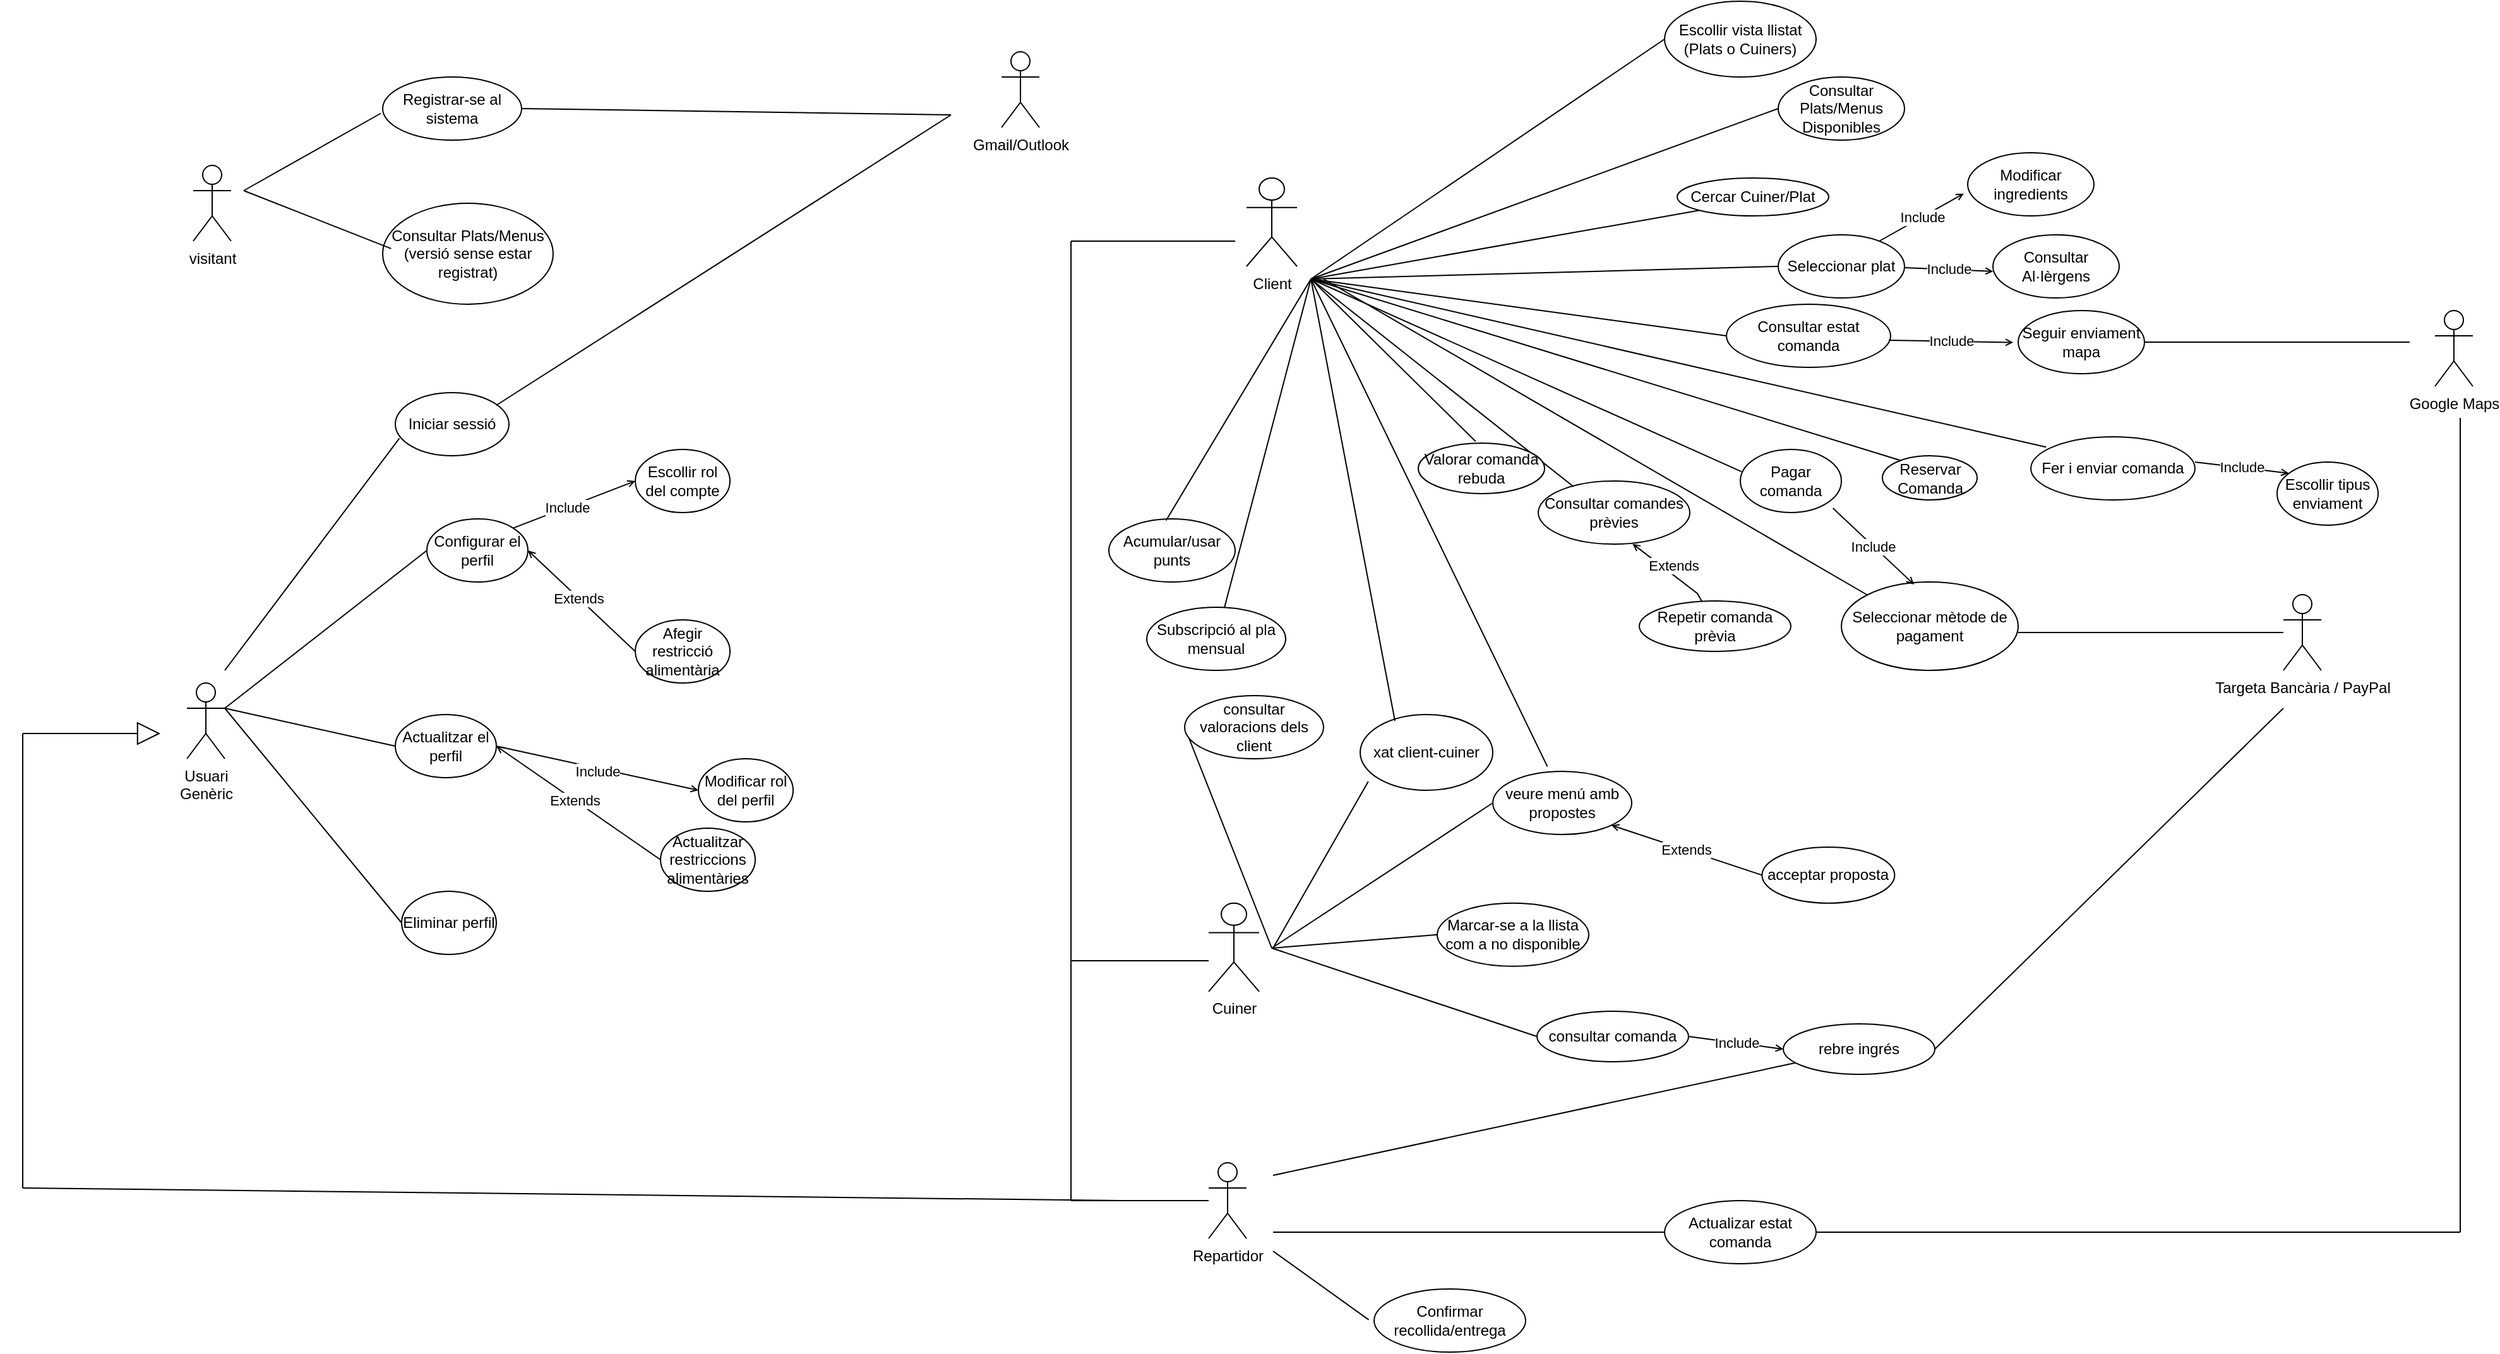
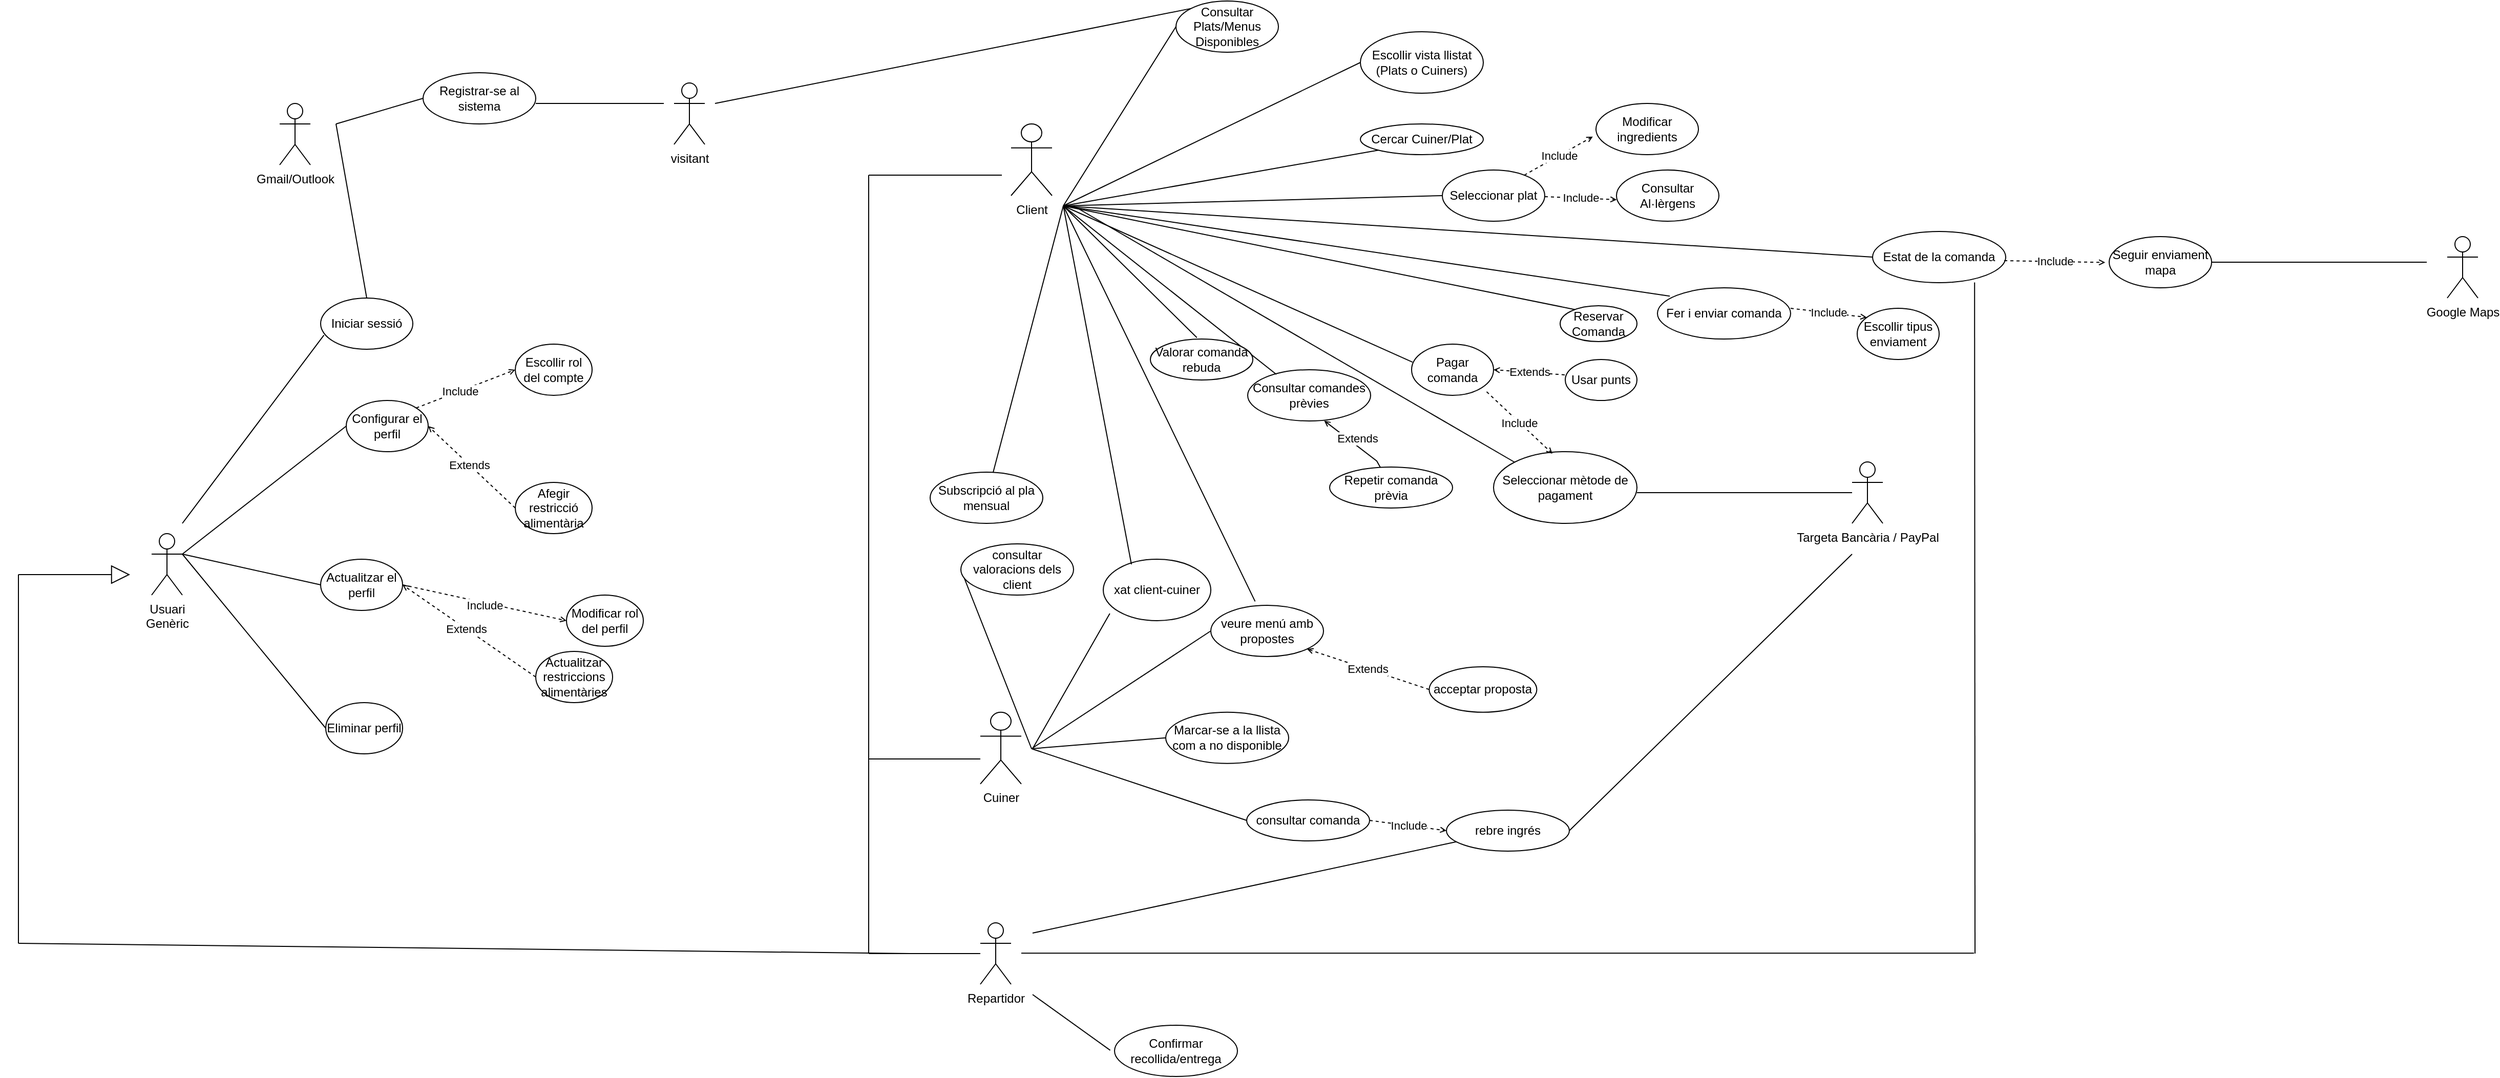
<mxfile host="Electron">
  <diagram name="Página-1" id="0Nidf0E8mdSC4pQg_gNM">
-     <mxGraphModel dx="2992" dy="1413" grid="1" gridSize="10" guides="1" tooltips="1" connect="1" arrows="1" fold="1" page="1" pageScale="1" pageWidth="827" pageHeight="1169" math="0" shadow="0">
+     <mxGraphModel dx="2747" dy="1247" grid="1" gridSize="10" guides="1" tooltips="1" connect="1" arrows="1" fold="1" page="1" pageScale="1" pageWidth="827" pageHeight="1169" math="0" shadow="0">
      <root>
        <mxCell id="0" />
        <mxCell id="1" parent="0" />
        <mxCell id="X34j-RmaQOBkDingt3nB-1" parent="1" style="shape=umlActor;verticalLabelPosition=bottom;verticalAlign=top;html=1;outlineConnect=0;direction=east;" value="visitant" vertex="1">
-           <mxGeometry height="60" width="30" x="35" y="140" as="geometry" />
+           <mxGeometry height="60" width="30" x="540" y="110" as="geometry" />
        </mxCell>
        <mxCell id="X34j-RmaQOBkDingt3nB-2" parent="1" style="ellipse;whiteSpace=wrap;html=1;" value="Registrar-se al sistema" vertex="1">
-           <mxGeometry height="50" width="110" x="185" y="70" as="geometry" />
-         </mxCell>
-         <mxCell id="X34j-RmaQOBkDingt3nB-3" parent="1" style="ellipse;whiteSpace=wrap;html=1;" value="Consultar Plats/Menus (versió sense estar registrat)" vertex="1">
-           <mxGeometry height="80" width="135" x="185" y="170" as="geometry" />
-         </mxCell>
-         <mxCell id="X34j-RmaQOBkDingt3nB-4" edge="1" parent="1" style="endArrow=none;html=1;rounded=0;entryX=-0.013;entryY=0.575;entryDx=0;entryDy=0;entryPerimeter=0;" target="X34j-RmaQOBkDingt3nB-2" value="">
-           <mxGeometry height="50" relative="1" width="50" as="geometry">
-             <mxPoint x="75" y="160" as="sourcePoint" />
-             <mxPoint x="125" y="110" as="targetPoint" />
-           </mxGeometry>
-         </mxCell>
-         <mxCell id="X34j-RmaQOBkDingt3nB-5" edge="1" parent="1" style="endArrow=none;html=1;rounded=0;entryX=0.05;entryY=0.449;entryDx=0;entryDy=0;entryPerimeter=0;" target="X34j-RmaQOBkDingt3nB-3" value="">
-           <mxGeometry height="50" relative="1" width="50" as="geometry">
-             <mxPoint x="75" y="160" as="sourcePoint" />
-             <mxPoint x="125" y="130" as="targetPoint" />
-           </mxGeometry>
+           <mxGeometry height="50" width="110" x="295" y="100" as="geometry" />
        </mxCell>
        <mxCell id="X34j-RmaQOBkDingt3nB-6" parent="1" style="shape=umlActor;verticalLabelPosition=bottom;verticalAlign=top;html=1;outlineConnect=0;" value="Gmail/Outlook" vertex="1">
-           <mxGeometry height="60" width="30" x="675" y="50" as="geometry" />
-         </mxCell>
-         <mxCell id="X34j-RmaQOBkDingt3nB-7" edge="1" parent="1" source="X34j-RmaQOBkDingt3nB-2" style="endArrow=none;html=1;rounded=0;exitX=1;exitY=0.5;exitDx=0;exitDy=0;" value="">
-           <mxGeometry height="50" relative="1" width="50" as="geometry">
-             <mxPoint x="295" y="100" as="sourcePoint" />
-             <mxPoint x="635" y="100" as="targetPoint" />
-           </mxGeometry>
+           <mxGeometry height="60" width="30" x="155" y="130" as="geometry" />
        </mxCell>
        <mxCell id="X34j-RmaQOBkDingt3nB-8" edge="1" parent="1" source="X34j-RmaQOBkDingt3nB-9" style="edgeStyle=none;shape=connector;rounded=0;orthogonalLoop=1;jettySize=auto;html=1;exitX=1;exitY=0.3333333333333333;exitDx=0;exitDy=0;entryX=0;entryY=0.5;entryDx=0;entryDy=0;strokeColor=default;align=center;verticalAlign=middle;fontFamily=Helvetica;fontSize=11;fontColor=default;labelBackgroundColor=default;endArrow=none;endFill=0;exitPerimeter=0;" target="X34j-RmaQOBkDingt3nB-18">
          <mxGeometry relative="1" as="geometry" />
        </mxCell>
        <mxCell id="X34j-RmaQOBkDingt3nB-9" parent="1" style="shape=umlActor;verticalLabelPosition=bottom;verticalAlign=top;html=1;outlineConnect=0;direction=east;" value="Usuari&lt;div&gt;Genèric&lt;/div&gt;" vertex="1">
          <mxGeometry height="60" width="30" x="30" y="550" as="geometry" />
        </mxCell>
-         <mxCell id="X34j-RmaQOBkDingt3nB-16" edge="1" parent="1" source="X34j-RmaQOBkDingt3nB-22" style="edgeStyle=none;shape=connector;rounded=0;orthogonalLoop=1;jettySize=auto;html=1;exitX=0;exitY=0.5;exitDx=0;exitDy=0;entryX=1;entryY=0.5;entryDx=0;entryDy=0;strokeColor=default;align=center;verticalAlign=middle;fontFamily=Helvetica;fontSize=11;fontColor=default;labelBackgroundColor=default;endArrow=open;endFill=0;endSize=4;" target="X34j-RmaQOBkDingt3nB-18">
+         <mxCell id="X34j-RmaQOBkDingt3nB-16" edge="1" parent="1" source="X34j-RmaQOBkDingt3nB-22" style="edgeStyle=none;shape=connector;rounded=0;orthogonalLoop=1;jettySize=auto;html=1;exitX=0;exitY=0.5;exitDx=0;exitDy=0;entryX=1;entryY=0.5;entryDx=0;entryDy=0;strokeColor=default;align=center;verticalAlign=middle;fontFamily=Helvetica;fontSize=11;fontColor=default;labelBackgroundColor=default;endArrow=open;endFill=0;endSize=4;dashed=1;" target="X34j-RmaQOBkDingt3nB-18">
          <mxGeometry relative="1" as="geometry" />
        </mxCell>
        <mxCell id="X34j-RmaQOBkDingt3nB-17" connectable="0" parent="X34j-RmaQOBkDingt3nB-16" style="edgeLabel;html=1;align=center;verticalAlign=middle;points=[];fontFamily=Helvetica;fontSize=11;fontColor=default;labelBackgroundColor=default;rounded=0;strokeColor=default;" value="Extends" vertex="1">
          <mxGeometry relative="1" x="0.0587" as="geometry">
            <mxPoint as="offset" />
          </mxGeometry>
        </mxCell>
        <mxCell id="X34j-RmaQOBkDingt3nB-18" parent="1" style="ellipse;whiteSpace=wrap;html=1;direction=east;" value="Configurar el perfil" vertex="1">
          <mxGeometry height="50" width="80" x="220" y="420" as="geometry" />
        </mxCell>
        <mxCell id="X34j-RmaQOBkDingt3nB-21" parent="1" style="ellipse;whiteSpace=wrap;html=1;direction=east;" value="Escollir rol del compte" vertex="1">
          <mxGeometry height="50" width="75" x="385" y="365" as="geometry" />
        </mxCell>
        <mxCell id="X34j-RmaQOBkDingt3nB-22" parent="1" style="ellipse;whiteSpace=wrap;html=1;direction=east;" value="Afegir restricció alimentària" vertex="1">
          <mxGeometry height="50" width="75" x="385" y="500" as="geometry" />
        </mxCell>
        <mxCell id="X34j-RmaQOBkDingt3nB-23" edge="1" parent="1" source="X34j-RmaQOBkDingt3nB-24" style="edgeStyle=none;shape=connector;rounded=0;orthogonalLoop=1;jettySize=auto;html=1;exitX=0;exitY=0.5;exitDx=0;exitDy=0;strokeColor=default;align=center;verticalAlign=middle;fontFamily=Helvetica;fontSize=11;fontColor=default;labelBackgroundColor=default;endArrow=none;endFill=0;entryX=0;entryY=0.5;entryDx=0;entryDy=0;">
          <mxGeometry relative="1" as="geometry">
            <mxPoint x="60" y="570" as="targetPoint" />
          </mxGeometry>
        </mxCell>
        <mxCell id="X34j-RmaQOBkDingt3nB-24" parent="1" style="ellipse;whiteSpace=wrap;html=1;direction=east;" value="Eliminar perfil" vertex="1">
          <mxGeometry height="50" width="75" x="200" y="715" as="geometry" />
        </mxCell>
        <mxCell id="X34j-RmaQOBkDingt3nB-25" edge="1" parent="1" source="X34j-RmaQOBkDingt3nB-42" style="edgeStyle=none;shape=connector;rounded=0;orthogonalLoop=1;jettySize=auto;html=1;exitX=0;exitY=0.5;exitDx=0;exitDy=0;entryX=1;entryY=0.3333333333333333;entryDx=0;entryDy=0;strokeColor=default;align=center;verticalAlign=middle;fontFamily=Helvetica;fontSize=11;fontColor=default;labelBackgroundColor=default;endArrow=none;endFill=0;entryPerimeter=0;" target="X34j-RmaQOBkDingt3nB-9">
          <mxGeometry relative="1" as="geometry">
            <mxPoint x="230.00000000000136" y="845" as="sourcePoint" />
          </mxGeometry>
        </mxCell>
-         <mxCell id="X34j-RmaQOBkDingt3nB-26" edge="1" parent="1" style="edgeStyle=none;shape=connector;rounded=0;orthogonalLoop=1;jettySize=auto;html=1;exitX=1;exitY=0.5;exitDx=0;exitDy=0;entryX=0;entryY=0.5;entryDx=0;entryDy=0;strokeColor=default;align=center;verticalAlign=middle;fontFamily=Helvetica;fontSize=11;fontColor=default;labelBackgroundColor=default;endArrow=open;endFill=0;endSize=4;" target="X34j-RmaQOBkDingt3nB-30">
+         <mxCell id="X34j-RmaQOBkDingt3nB-26" edge="1" parent="1" style="edgeStyle=none;shape=connector;rounded=0;orthogonalLoop=1;jettySize=auto;html=1;exitX=1;exitY=0.5;exitDx=0;exitDy=0;entryX=0;entryY=0.5;entryDx=0;entryDy=0;strokeColor=default;align=center;verticalAlign=middle;fontFamily=Helvetica;fontSize=11;fontColor=default;labelBackgroundColor=default;endArrow=open;endFill=0;endSize=4;">
          <mxGeometry relative="1" as="geometry">
            <mxPoint x="549.9999999999795" y="350" as="sourcePoint" />
          </mxGeometry>
        </mxCell>
-         <mxCell id="X34j-RmaQOBkDingt3nB-36" edge="1" parent="1" source="X34j-RmaQOBkDingt3nB-42" style="edgeStyle=none;shape=connector;rounded=0;orthogonalLoop=1;jettySize=auto;html=1;exitX=1;exitY=0.5;exitDx=0;exitDy=0;entryX=0;entryY=0.5;entryDx=0;entryDy=0;strokeColor=default;align=center;verticalAlign=middle;fontFamily=Helvetica;fontSize=11;fontColor=default;labelBackgroundColor=default;endArrow=open;endFill=0;endSize=4;" target="X34j-RmaQOBkDingt3nB-45">
+         <mxCell id="X34j-RmaQOBkDingt3nB-36" edge="1" parent="1" source="X34j-RmaQOBkDingt3nB-42" style="edgeStyle=none;shape=connector;rounded=0;orthogonalLoop=1;jettySize=auto;html=1;exitX=1;exitY=0.5;exitDx=0;exitDy=0;entryX=0;entryY=0.5;entryDx=0;entryDy=0;strokeColor=default;align=center;verticalAlign=middle;fontFamily=Helvetica;fontSize=11;fontColor=default;labelBackgroundColor=default;endArrow=open;endFill=0;endSize=4;dashed=1;" target="X34j-RmaQOBkDingt3nB-45">
          <mxGeometry relative="1" as="geometry" />
        </mxCell>
        <mxCell id="X34j-RmaQOBkDingt3nB-37" connectable="0" parent="X34j-RmaQOBkDingt3nB-36" style="edgeLabel;html=1;align=center;verticalAlign=middle;points=[];fontFamily=Helvetica;fontSize=11;fontColor=default;labelBackgroundColor=default;rounded=0;strokeColor=default;" value="Include" vertex="1">
          <mxGeometry relative="1" x="0.0101" y="-2" as="geometry">
            <mxPoint as="offset" />
          </mxGeometry>
        </mxCell>
-         <mxCell id="X34j-RmaQOBkDingt3nB-38" edge="1" parent="1" source="X34j-RmaQOBkDingt3nB-46" style="edgeStyle=none;shape=connector;rounded=0;orthogonalLoop=1;jettySize=auto;html=1;exitX=0;exitY=0.5;exitDx=0;exitDy=0;entryX=1;entryY=0.5;entryDx=0;entryDy=0;strokeColor=default;align=center;verticalAlign=middle;fontFamily=Helvetica;fontSize=11;fontColor=default;labelBackgroundColor=default;endArrow=open;endFill=0;endSize=4;" target="X34j-RmaQOBkDingt3nB-42">
+         <mxCell id="X34j-RmaQOBkDingt3nB-38" edge="1" parent="1" source="X34j-RmaQOBkDingt3nB-46" style="edgeStyle=none;shape=connector;rounded=0;orthogonalLoop=1;jettySize=auto;html=1;exitX=0;exitY=0.5;exitDx=0;exitDy=0;entryX=1;entryY=0.5;entryDx=0;entryDy=0;strokeColor=default;align=center;verticalAlign=middle;fontFamily=Helvetica;fontSize=11;fontColor=default;labelBackgroundColor=default;endArrow=open;endFill=0;endSize=4;dashed=1;" target="X34j-RmaQOBkDingt3nB-42">
          <mxGeometry relative="1" as="geometry" />
        </mxCell>
        <mxCell id="X34j-RmaQOBkDingt3nB-39" connectable="0" parent="X34j-RmaQOBkDingt3nB-38" style="edgeLabel;html=1;align=center;verticalAlign=middle;points=[];fontFamily=Helvetica;fontSize=11;fontColor=default;labelBackgroundColor=default;rounded=0;strokeColor=default;" value="Extends" vertex="1">
          <mxGeometry relative="1" x="0.0587" as="geometry">
            <mxPoint as="offset" />
          </mxGeometry>
        </mxCell>
        <mxCell id="X34j-RmaQOBkDingt3nB-42" parent="1" style="ellipse;whiteSpace=wrap;html=1;direction=east;" value="Actualitzar el perfil" vertex="1">
          <mxGeometry height="50" width="80" x="195" y="575" as="geometry" />
        </mxCell>
        <mxCell id="X34j-RmaQOBkDingt3nB-45" parent="1" style="ellipse;whiteSpace=wrap;html=1;direction=east;" value="Modificar rol del perfil" vertex="1">
          <mxGeometry height="50" width="75" x="435" y="610" as="geometry" />
        </mxCell>
        <mxCell id="X34j-RmaQOBkDingt3nB-46" parent="1" style="ellipse;whiteSpace=wrap;html=1;direction=east;" value="Actualitzar restriccions alimentàries" vertex="1">
          <mxGeometry height="50" width="75" x="405" y="665" as="geometry" />
        </mxCell>
        <mxCell id="X34j-RmaQOBkDingt3nB-50" parent="1" style="ellipse;whiteSpace=wrap;html=1;" value="Iniciar sessió" vertex="1">
          <mxGeometry height="50" width="90" x="195" y="320" as="geometry" />
        </mxCell>
        <mxCell id="X34j-RmaQOBkDingt3nB-51" edge="1" parent="1" style="endArrow=none;html=1;rounded=0;entryX=0.036;entryY=0.724;entryDx=0;entryDy=0;entryPerimeter=0;" target="X34j-RmaQOBkDingt3nB-50" value="">
          <mxGeometry height="50" relative="1" width="50" as="geometry">
            <mxPoint x="60" y="540" as="sourcePoint" />
            <mxPoint x="110" y="490" as="targetPoint" />
          </mxGeometry>
        </mxCell>
-         <mxCell id="X34j-RmaQOBkDingt3nB-52" edge="1" parent="1" style="endArrow=none;html=1;rounded=0;" value="">
-           <mxGeometry height="50" relative="1" width="50" as="geometry">
-             <mxPoint x="275" y="330" as="sourcePoint" />
-             <mxPoint x="635" y="100" as="targetPoint" />
-           </mxGeometry>
-         </mxCell>
        <mxCell id="L8pRYwOYS8yWRl4paBZv-1" parent="1" style="shape=umlActor;verticalLabelPosition=bottom;verticalAlign=top;html=1;" value="Cuiner" vertex="1">
          <mxGeometry height="70" width="40" x="839" y="724.4000000000001" as="geometry" />
        </mxCell>
        <mxCell id="L8pRYwOYS8yWRl4paBZv-2" edge="1" parent="1" source="L8pRYwOYS8yWRl4paBZv-3" style="endArrow=none;html=1;rounded=0;exitX=0;exitY=0.5;exitDx=0;exitDy=0;" value="">
          <mxGeometry height="50" relative="1" width="50" as="geometry">
            <mxPoint x="1069" y="800" as="sourcePoint" />
            <mxPoint x="889" y="760" as="targetPoint" />
          </mxGeometry>
        </mxCell>
        <mxCell id="L8pRYwOYS8yWRl4paBZv-3" parent="1" style="ellipse;whiteSpace=wrap;html=1;" value="Marcar-se a la llista com a no disponible" vertex="1">
          <mxGeometry height="50" width="120" x="1020" y="724.4" as="geometry" />
        </mxCell>
        <mxCell id="L8pRYwOYS8yWRl4paBZv-4" edge="1" parent="1" source="L8pRYwOYS8yWRl4paBZv-5" style="endArrow=none;html=1;rounded=0;exitX=0;exitY=0.5;exitDx=0;exitDy=0;" value="">
          <mxGeometry height="50" relative="1" width="50" as="geometry">
            <mxPoint x="1099" y="930" as="sourcePoint" />
            <mxPoint x="889" y="760" as="targetPoint" />
          </mxGeometry>
        </mxCell>
        <mxCell id="L8pRYwOYS8yWRl4paBZv-5" parent="1" style="ellipse;whiteSpace=wrap;html=1;" value="consultar valoracions dels client" vertex="1">
          <mxGeometry height="50" width="110" x="820" y="560" as="geometry" />
        </mxCell>
        <mxCell id="L8pRYwOYS8yWRl4paBZv-6" edge="1" parent="1" source="L8pRYwOYS8yWRl4paBZv-7" style="endArrow=none;html=1;rounded=0;exitX=0;exitY=0.5;exitDx=0;exitDy=0;" value="">
          <mxGeometry height="50" relative="1" width="50" as="geometry">
            <mxPoint x="1099" y="1010" as="sourcePoint" />
            <mxPoint x="889" y="760" as="targetPoint" />
          </mxGeometry>
        </mxCell>
        <mxCell id="L8pRYwOYS8yWRl4paBZv-7" parent="1" style="ellipse;whiteSpace=wrap;html=1;" value="&lt;div&gt;veure menú amb propostes&lt;/div&gt;" vertex="1">
          <mxGeometry height="50" width="110" x="1064" y="620" as="geometry" />
        </mxCell>
        <mxCell id="L8pRYwOYS8yWRl4paBZv-9" parent="1" style="ellipse;whiteSpace=wrap;html=1;" value="acceptar proposta" vertex="1">
          <mxGeometry height="44.4" width="105" x="1277.19" y="680" as="geometry" />
        </mxCell>
        <mxCell id="L8pRYwOYS8yWRl4paBZv-11" edge="1" parent="1" source="L8pRYwOYS8yWRl4paBZv-12" style="endArrow=none;html=1;rounded=0;exitX=0;exitY=0.5;exitDx=0;exitDy=0;" value="">
          <mxGeometry height="50" relative="1" width="50" as="geometry">
            <mxPoint x="1229" y="1150" as="sourcePoint" />
            <mxPoint x="889" y="760" as="targetPoint" />
          </mxGeometry>
        </mxCell>
        <mxCell id="L8pRYwOYS8yWRl4paBZv-12" parent="1" style="ellipse;whiteSpace=wrap;html=1;" value="consultar comanda" vertex="1">
          <mxGeometry height="40" width="120" x="1099" y="810" as="geometry" />
        </mxCell>
        <mxCell id="L8pRYwOYS8yWRl4paBZv-14" edge="1" parent="1" source="L8pRYwOYS8yWRl4paBZv-16" style="endArrow=none;html=1;rounded=0;exitX=1;exitY=0.5;exitDx=0;exitDy=0;" value="">
          <mxGeometry height="50" relative="1" width="50" as="geometry">
            <mxPoint x="1459" y="840" as="sourcePoint" />
            <mxPoint x="1690" y="570" as="targetPoint" />
          </mxGeometry>
        </mxCell>
-         <mxCell id="L8pRYwOYS8yWRl4paBZv-15" edge="1" parent="1" source="L8pRYwOYS8yWRl4paBZv-9" style="endArrow=open;endSize=4;endFill=0;html=1;rounded=0;entryX=1;entryY=1;entryDx=0;entryDy=0;exitX=0;exitY=0.5;exitDx=0;exitDy=0;strokeColor=default;align=center;verticalAlign=middle;fontFamily=Helvetica;fontSize=11;fontColor=default;labelBackgroundColor=default;" target="L8pRYwOYS8yWRl4paBZv-7" value="Extends">
+         <mxCell id="L8pRYwOYS8yWRl4paBZv-15" edge="1" parent="1" source="L8pRYwOYS8yWRl4paBZv-9" style="endArrow=open;endSize=4;endFill=0;html=1;rounded=0;entryX=1;entryY=1;entryDx=0;entryDy=0;exitX=0;exitY=0.5;exitDx=0;exitDy=0;strokeColor=default;align=center;verticalAlign=middle;fontFamily=Helvetica;fontSize=11;fontColor=default;labelBackgroundColor=default;dashed=1;" target="L8pRYwOYS8yWRl4paBZv-7" value="Extends">
          <mxGeometry relative="1" width="160" as="geometry">
            <mxPoint x="1320" y="680" as="sourcePoint" />
            <mxPoint x="1234" y="697" as="targetPoint" />
          </mxGeometry>
        </mxCell>
        <mxCell id="L8pRYwOYS8yWRl4paBZv-16" parent="1" style="ellipse;whiteSpace=wrap;html=1;" value="rebre ingrés" vertex="1">
          <mxGeometry height="40" width="120" x="1294" y="820" as="geometry" />
        </mxCell>
-         <mxCell id="L8pRYwOYS8yWRl4paBZv-17" edge="1" parent="1" source="L8pRYwOYS8yWRl4paBZv-12" style="endArrow=open;endSize=4;endFill=0;html=1;rounded=0;exitX=1;exitY=0.5;exitDx=0;exitDy=0;entryX=0;entryY=0.5;entryDx=0;entryDy=0;strokeColor=default;align=center;verticalAlign=middle;fontFamily=Helvetica;fontSize=11;fontColor=default;labelBackgroundColor=default;" target="L8pRYwOYS8yWRl4paBZv-16" value="Include">
+         <mxCell id="L8pRYwOYS8yWRl4paBZv-17" edge="1" parent="1" source="L8pRYwOYS8yWRl4paBZv-12" style="endArrow=open;endSize=4;endFill=0;html=1;rounded=0;exitX=1;exitY=0.5;exitDx=0;exitDy=0;entryX=0;entryY=0.5;entryDx=0;entryDy=0;strokeColor=default;align=center;verticalAlign=middle;fontFamily=Helvetica;fontSize=11;fontColor=default;labelBackgroundColor=default;dashed=1;" target="L8pRYwOYS8yWRl4paBZv-16" value="Include">
          <mxGeometry relative="1" width="160" as="geometry">
            <mxPoint x="1509" y="780" as="sourcePoint" />
            <mxPoint x="1553" y="809" as="targetPoint" />
          </mxGeometry>
        </mxCell>
        <mxCell id="L8pRYwOYS8yWRl4paBZv-20" parent="1" style="shape=umlActor;verticalLabelPosition=bottom;verticalAlign=top;html=1;direction=east;" value="Client" vertex="1">
          <mxGeometry height="70" width="40" x="869" y="150" as="geometry" />
        </mxCell>
        <mxCell id="L8pRYwOYS8yWRl4paBZv-21" parent="1" style="shape=umlActor;verticalLabelPosition=bottom;verticalAlign=top;html=1;" value="Targeta Bancària / PayPal" vertex="1">
          <mxGeometry height="60" width="30" x="1690" y="480" as="geometry" />
        </mxCell>
        <mxCell id="L8pRYwOYS8yWRl4paBZv-22" parent="1" style="shape=umlActor;verticalLabelPosition=bottom;verticalAlign=top;html=1;direction=east;" value="Google Maps" vertex="1">
-           <mxGeometry height="60" width="30" x="1810" y="255" as="geometry" />
+           <mxGeometry height="60" width="30" x="2271" y="260" as="geometry" />
        </mxCell>
        <mxCell id="L8pRYwOYS8yWRl4paBZv-23" parent="1" style="ellipse;whiteSpace=wrap;html=1;direction=east;" value="Consultar Plats/Menus Disponibles" vertex="1">
-           <mxGeometry height="50" width="100" x="1290" y="70" as="geometry" />
+           <mxGeometry height="50" width="100" x="1030" y="30" as="geometry" />
        </mxCell>
        <mxCell id="L8pRYwOYS8yWRl4paBZv-24" edge="1" parent="1" style="endArrow=none;html=1;rounded=0;entryX=0;entryY=0.5;entryDx=0;entryDy=0;exitX=0;exitY=0.5;exitDx=0;exitDy=0;" target="L8pRYwOYS8yWRl4paBZv-23" value="">
          <mxGeometry height="50" relative="1" width="50" as="geometry">
            <mxPoint x="920" y="230" as="sourcePoint" />
            <mxPoint x="980" y="130" as="targetPoint" />
          </mxGeometry>
        </mxCell>
        <mxCell id="L8pRYwOYS8yWRl4paBZv-25" parent="1" style="ellipse;whiteSpace=wrap;html=1;direction=east;" value="Seleccionar plat" vertex="1">
          <mxGeometry height="50" width="100" x="1290" y="195" as="geometry" />
        </mxCell>
        <mxCell id="L8pRYwOYS8yWRl4paBZv-27" parent="1" style="ellipse;whiteSpace=wrap;html=1;direction=east;" value="Modificar ingredients" vertex="1">
          <mxGeometry height="50" width="100" x="1440" y="130" as="geometry" />
        </mxCell>
        <mxCell id="L8pRYwOYS8yWRl4paBZv-29" parent="1" style="ellipse;whiteSpace=wrap;html=1;direction=east;" value="Consultar Al·lèrgens" vertex="1">
          <mxGeometry height="50" width="100" x="1460" y="195" as="geometry" />
        </mxCell>
        <mxCell id="L8pRYwOYS8yWRl4paBZv-30" edge="1" parent="1" style="endArrow=none;html=1;rounded=0;entryX=0;entryY=0.5;entryDx=0;entryDy=0;exitX=0;exitY=0.5;exitDx=0;exitDy=0;" target="L8pRYwOYS8yWRl4paBZv-32" value="">
          <mxGeometry height="50" relative="1" width="50" as="geometry">
            <Array as="points" />
            <mxPoint x="920" y="230" as="sourcePoint" />
            <mxPoint x="1110" y="290" as="targetPoint" />
          </mxGeometry>
        </mxCell>
        <mxCell id="L8pRYwOYS8yWRl4paBZv-31" parent="1" style="ellipse;whiteSpace=wrap;html=1;direction=east;" value="Cercar Cuiner/Plat" vertex="1">
          <mxGeometry height="30" width="120" x="1210" y="150" as="geometry" />
        </mxCell>
        <mxCell id="L8pRYwOYS8yWRl4paBZv-32" parent="1" style="ellipse;whiteSpace=wrap;html=1;direction=east;" value="Escollir vista llistat&lt;div&gt;(Plats o Cuiners)&lt;/div&gt;" vertex="1">
-           <mxGeometry height="60" width="120" x="1200" y="10" as="geometry" />
+           <mxGeometry height="60" width="120" x="1210" y="60" as="geometry" />
        </mxCell>
        <mxCell id="L8pRYwOYS8yWRl4paBZv-33" edge="1" parent="1" style="endArrow=none;html=1;rounded=0;entryX=0;entryY=1;entryDx=0;entryDy=0;exitX=0;exitY=1;exitDx=0;exitDy=0;" target="L8pRYwOYS8yWRl4paBZv-31" value="">
          <mxGeometry height="50" relative="1" width="50" as="geometry">
            <mxPoint x="920" y="230" as="sourcePoint" />
            <mxPoint x="860" y="-40" as="targetPoint" />
          </mxGeometry>
        </mxCell>
        <mxCell id="L8pRYwOYS8yWRl4paBZv-34" parent="1" style="ellipse;whiteSpace=wrap;html=1;direction=east;" value="Fer i enviar comanda" vertex="1">
-           <mxGeometry height="50" width="130" x="1490" y="355" as="geometry" />
+           <mxGeometry height="50" width="130" x="1500" y="310" as="geometry" />
        </mxCell>
        <mxCell id="L8pRYwOYS8yWRl4paBZv-35" edge="1" parent="1" style="endArrow=none;html=1;rounded=0;entryX=0.093;entryY=0.163;entryDx=0;entryDy=0;entryPerimeter=0;exitX=0.093;exitY=0.163;exitDx=0;exitDy=0;exitPerimeter=0;" target="L8pRYwOYS8yWRl4paBZv-34" value="">
          <mxGeometry height="50" relative="1" width="50" as="geometry">
            <mxPoint x="920" y="230" as="sourcePoint" />
            <mxPoint x="1126.04" y="309.9000000000001" as="targetPoint" />
          </mxGeometry>
        </mxCell>
        <mxCell id="L8pRYwOYS8yWRl4paBZv-36" parent="1" style="ellipse;whiteSpace=wrap;html=1;direction=east;" value="Reservar Comanda" vertex="1">
-           <mxGeometry height="35" width="75" x="1372.5" y="370" as="geometry" />
+           <mxGeometry height="35" width="75" x="1405" y="327.5" as="geometry" />
        </mxCell>
        <mxCell id="L8pRYwOYS8yWRl4paBZv-37" edge="1" parent="1" style="endArrow=none;html=1;rounded=0;entryX=0.193;entryY=0.106;entryDx=0;entryDy=0;entryPerimeter=0;exitX=0.193;exitY=0.106;exitDx=0;exitDy=0;exitPerimeter=0;" target="L8pRYwOYS8yWRl4paBZv-36" value="">
          <mxGeometry height="50" relative="1" width="50" as="geometry">
            <mxPoint x="920" y="230" as="sourcePoint" />
            <mxPoint x="1060" y="330" as="targetPoint" />
          </mxGeometry>
        </mxCell>
        <mxCell id="L8pRYwOYS8yWRl4paBZv-38" parent="1" style="ellipse;whiteSpace=wrap;html=1;direction=east;" value="Seguir enviament mapa" vertex="1">
-           <mxGeometry height="50" width="100" x="1480" y="255" as="geometry" />
+           <mxGeometry height="50" width="100" x="1941" y="260" as="geometry" />
        </mxCell>
        <mxCell id="L8pRYwOYS8yWRl4paBZv-39" edge="1" parent="1" style="endArrow=none;html=1;rounded=0;" value="">
          <mxGeometry height="50" relative="1" width="50" as="geometry">
-             <mxPoint x="1580" y="280" as="sourcePoint" />
-             <mxPoint x="1790" y="280" as="targetPoint" />
+             <mxPoint x="2041" y="285" as="sourcePoint" />
+             <mxPoint x="2251" y="285" as="targetPoint" />
          </mxGeometry>
        </mxCell>
        <mxCell id="L8pRYwOYS8yWRl4paBZv-40" parent="1" style="ellipse;whiteSpace=wrap;html=1;direction=east;" value="Escollir tipus enviament" vertex="1">
-           <mxGeometry height="50" width="80" x="1685" y="375" as="geometry" />
-         </mxCell>
-         <mxCell id="L8pRYwOYS8yWRl4paBZv-41" edge="1" parent="1" style="endArrow=open;endSize=4;endFill=0;html=1;rounded=0;exitX=0.116;exitY=0.177;exitDx=0;exitDy=0;entryX=0.116;entryY=0.177;entryDx=0;entryDy=0;entryPerimeter=0;exitPerimeter=0;strokeColor=default;align=center;verticalAlign=middle;fontFamily=Helvetica;fontSize=11;fontColor=default;labelBackgroundColor=default;" target="L8pRYwOYS8yWRl4paBZv-40" value="Include">
-           <mxGeometry relative="1" width="160" as="geometry">
-             <mxPoint x="1620" y="375" as="sourcePoint" />
-             <mxPoint x="1615" y="320" as="targetPoint" />
+           <mxGeometry height="50" width="80" x="1695" y="330" as="geometry" />
+         </mxCell>
+         <mxCell id="L8pRYwOYS8yWRl4paBZv-41" edge="1" parent="1" style="endArrow=open;endSize=4;endFill=0;html=1;rounded=0;exitX=0.116;exitY=0.177;exitDx=0;exitDy=0;entryX=0.116;entryY=0.177;entryDx=0;entryDy=0;entryPerimeter=0;exitPerimeter=0;strokeColor=default;align=center;verticalAlign=middle;fontFamily=Helvetica;fontSize=11;fontColor=default;labelBackgroundColor=default;dashed=1;" target="L8pRYwOYS8yWRl4paBZv-40" value="Include">
+           <mxGeometry relative="1" width="160" as="geometry">
+             <mxPoint x="1630" y="330" as="sourcePoint" />
+             <mxPoint x="1625" y="275" as="targetPoint" />
          </mxGeometry>
        </mxCell>
        <mxCell id="L8pRYwOYS8yWRl4paBZv-42" parent="1" style="ellipse;whiteSpace=wrap;html=1;direction=east;" value="Pagar comanda" vertex="1">
          <mxGeometry height="50" width="80" x="1260" y="365" as="geometry" />
        </mxCell>
        <mxCell id="L8pRYwOYS8yWRl4paBZv-43" parent="1" style="ellipse;whiteSpace=wrap;html=1;" value="Seleccionar mètode de pagament" vertex="1">
          <mxGeometry height="70" width="140" x="1340" y="470" as="geometry" />
        </mxCell>
        <mxCell id="L8pRYwOYS8yWRl4paBZv-44" edge="1" parent="1" style="endArrow=none;html=1;rounded=0;entryX=0;entryY=0;entryDx=0;entryDy=0;exitX=0;exitY=0;exitDx=0;exitDy=0;" target="L8pRYwOYS8yWRl4paBZv-43" value="">
          <mxGeometry height="50" relative="1" width="50" as="geometry">
            <mxPoint x="930" y="230" as="sourcePoint" />
            <mxPoint x="1350" y="469.9999999999998" as="targetPoint" />
          </mxGeometry>
        </mxCell>
-         <mxCell id="L8pRYwOYS8yWRl4paBZv-45" edge="1" parent="1" source="L8pRYwOYS8yWRl4paBZv-42" style="endArrow=open;endSize=4;endFill=0;html=1;rounded=0;exitX=0.916;exitY=0.93;exitDx=0;exitDy=0;exitPerimeter=0;entryX=0.411;entryY=0.028;entryDx=0;entryDy=0;entryPerimeter=0;strokeColor=default;align=center;verticalAlign=middle;fontFamily=Helvetica;fontSize=11;fontColor=default;labelBackgroundColor=default;" target="L8pRYwOYS8yWRl4paBZv-43" value="Include">
+         <mxCell id="L8pRYwOYS8yWRl4paBZv-45" edge="1" parent="1" source="L8pRYwOYS8yWRl4paBZv-42" style="endArrow=open;endSize=4;endFill=0;html=1;rounded=0;exitX=0.916;exitY=0.93;exitDx=0;exitDy=0;exitPerimeter=0;entryX=0.411;entryY=0.028;entryDx=0;entryDy=0;entryPerimeter=0;strokeColor=default;align=center;verticalAlign=middle;fontFamily=Helvetica;fontSize=11;fontColor=default;labelBackgroundColor=default;dashed=1;" target="L8pRYwOYS8yWRl4paBZv-43" value="Include">
          <mxGeometry relative="1" width="160" as="geometry">
            <Array as="points" />
            <mxPoint x="1430" y="430" as="sourcePoint" />
            <mxPoint x="1400" y="470" as="targetPoint" />
          </mxGeometry>
        </mxCell>
        <mxCell id="L8pRYwOYS8yWRl4paBZv-46" edge="1" parent="1" style="endArrow=none;html=1;rounded=0;" target="L8pRYwOYS8yWRl4paBZv-21" value="">
          <mxGeometry height="50" relative="1" width="50" as="geometry">
            <mxPoint x="1480" y="510" as="sourcePoint" />
            <mxPoint x="1360" y="450" as="targetPoint" />
          </mxGeometry>
        </mxCell>
        <mxCell id="L8pRYwOYS8yWRl4paBZv-47" parent="1" style="ellipse;whiteSpace=wrap;html=1;direction=east;" value="Consultar comandes prèvies" vertex="1">
          <mxGeometry height="50" width="120" x="1100" y="390" as="geometry" />
        </mxCell>
        <mxCell id="L8pRYwOYS8yWRl4paBZv-48" edge="1" parent="1" style="endArrow=none;html=1;rounded=0;entryX=0.233;entryY=0.09;entryDx=0;entryDy=0;entryPerimeter=0;exitX=0.233;exitY=0.09;exitDx=0;exitDy=0;exitPerimeter=0;" target="L8pRYwOYS8yWRl4paBZv-47" value="">
          <mxGeometry height="50" relative="1" width="50" as="geometry">
            <mxPoint x="920" y="230" as="sourcePoint" />
            <mxPoint x="960" y="390" as="targetPoint" />
          </mxGeometry>
        </mxCell>
        <mxCell id="L8pRYwOYS8yWRl4paBZv-49" edge="1" parent="1" style="endArrow=none;html=1;rounded=0;entryX=0;entryY=0.5;entryDx=0;entryDy=0;exitX=0;exitY=0.5;exitDx=0;exitDy=0;" target="L8pRYwOYS8yWRl4paBZv-25" value="">
          <mxGeometry height="50" relative="1" width="50" as="geometry">
            <mxPoint x="920" y="230" as="sourcePoint" />
            <mxPoint x="1010" y="170" as="targetPoint" />
          </mxGeometry>
        </mxCell>
        <mxCell id="L8pRYwOYS8yWRl4paBZv-51" edge="1" parent="1" source="L8pRYwOYS8yWRl4paBZv-52" style="endArrow=open;endSize=4;endFill=0;html=1;rounded=0;exitX=0.421;exitY=0.054;exitDx=0;exitDy=0;exitPerimeter=0;entryX=0.622;entryY=0.994;entryDx=0;entryDy=0;entryPerimeter=0;strokeColor=default;align=center;verticalAlign=middle;fontFamily=Helvetica;fontSize=11;fontColor=default;labelBackgroundColor=default;" target="L8pRYwOYS8yWRl4paBZv-47" value="Extends">
          <mxGeometry relative="1" width="160" x="0.015" y="-6" as="geometry">
            <mxPoint as="offset" />
            <Array as="points">
              <mxPoint x="1226" y="479.1399999999999" />
            </Array>
            <mxPoint x="1226" y="480" as="sourcePoint" />
            <mxPoint x="1200" y="439.1399999999999" as="targetPoint" />
          </mxGeometry>
        </mxCell>
        <mxCell id="L8pRYwOYS8yWRl4paBZv-52" parent="1" style="ellipse;whiteSpace=wrap;html=1;" value="Repetir comanda prèvia" vertex="1">
          <mxGeometry height="40" width="120" x="1180" y="485" as="geometry" />
        </mxCell>
        <mxCell id="L8pRYwOYS8yWRl4paBZv-53" parent="1" style="ellipse;whiteSpace=wrap;html=1;direction=east;" value="Valorar comanda rebuda" vertex="1">
          <mxGeometry height="40" width="100" x="1005" y="360" as="geometry" />
        </mxCell>
        <mxCell id="L8pRYwOYS8yWRl4paBZv-54" edge="1" parent="1" source="L8pRYwOYS8yWRl4paBZv-53" style="endArrow=none;html=1;rounded=0;exitX=0.454;exitY=-0.035;exitDx=0;exitDy=0;exitPerimeter=0;entryX=0.454;entryY=-0.035;entryDx=0;entryDy=0;entryPerimeter=0;" value="">
          <mxGeometry height="50" relative="1" width="50" as="geometry">
            <mxPoint x="920" y="400" as="sourcePoint" />
            <mxPoint x="920" y="230" as="targetPoint" />
          </mxGeometry>
        </mxCell>
        <mxCell id="L8pRYwOYS8yWRl4paBZv-55" parent="1" style="ellipse;whiteSpace=wrap;html=1;" value="Subscripció al pla mensual" vertex="1">
          <mxGeometry height="50" width="110" x="790" y="490" as="geometry" />
        </mxCell>
-         <mxCell id="L8pRYwOYS8yWRl4paBZv-56" parent="1" style="ellipse;whiteSpace=wrap;html=1;direction=east;" value="Acumular/usar punts" vertex="1">
-           <mxGeometry height="50" width="100" x="760" y="420" as="geometry" />
-         </mxCell>
        <mxCell id="L8pRYwOYS8yWRl4paBZv-57" edge="1" parent="1" source="L8pRYwOYS8yWRl4paBZv-55" style="endArrow=none;html=1;rounded=0;" value="">
          <mxGeometry height="50" relative="1" width="50" as="geometry">
            <mxPoint x="910" y="372.5" as="sourcePoint" />
            <mxPoint x="920" y="230" as="targetPoint" />
          </mxGeometry>
        </mxCell>
-         <mxCell id="L8pRYwOYS8yWRl4paBZv-58" edge="1" parent="1" source="L8pRYwOYS8yWRl4paBZv-56" style="endArrow=none;html=1;rounded=0;exitX=0.453;exitY=0.024;exitDx=0;exitDy=0;exitPerimeter=0;entryX=0.453;entryY=0.024;entryDx=0;entryDy=0;entryPerimeter=0;" value="">
-           <mxGeometry height="50" relative="1" width="50" as="geometry">
-             <mxPoint x="890" y="450" as="sourcePoint" />
-             <mxPoint x="920" y="230" as="targetPoint" />
-           </mxGeometry>
-         </mxCell>
        <mxCell id="L8pRYwOYS8yWRl4paBZv-59" parent="1" style="shape=umlActor;verticalLabelPosition=bottom;verticalAlign=top;html=1;" value="Repartidor" vertex="1">
          <mxGeometry height="60" width="30" x="839" y="930" as="geometry" />
        </mxCell>
        <mxCell id="L8pRYwOYS8yWRl4paBZv-60" parent="1" style="ellipse;whiteSpace=wrap;html=1;" value="Confirmar recollida/entrega" vertex="1">
          <mxGeometry height="50" width="120" x="970" y="1030" as="geometry" />
        </mxCell>
        <mxCell id="L8pRYwOYS8yWRl4paBZv-61" edge="1" parent="1" style="endArrow=none;html=1;rounded=0;entryX=-0.035;entryY=0.489;entryDx=0;entryDy=0;entryPerimeter=0;" target="L8pRYwOYS8yWRl4paBZv-60" value="">
          <mxGeometry height="50" relative="1" width="50" as="geometry">
            <mxPoint x="890" y="1000" as="sourcePoint" />
            <mxPoint x="960" y="1000" as="targetPoint" />
          </mxGeometry>
        </mxCell>
        <mxCell id="L8pRYwOYS8yWRl4paBZv-62" edge="1" parent="1" style="endArrow=none;html=1;rounded=0;" target="L8pRYwOYS8yWRl4paBZv-16" value="">
          <mxGeometry height="50" relative="1" width="50" as="geometry">
            <mxPoint x="890" y="940" as="sourcePoint" />
            <mxPoint x="1033.3000000000002" y="928.1200000000003" as="targetPoint" />
          </mxGeometry>
        </mxCell>
        <mxCell id="L8pRYwOYS8yWRl4paBZv-68" edge="1" parent="1" source="L8pRYwOYS8yWRl4paBZv-7" style="endArrow=none;html=1;rounded=0;exitX=0.393;exitY=-0.076;exitDx=0;exitDy=0;exitPerimeter=0;" value="">
          <mxGeometry height="50" relative="1" width="50" as="geometry">
            <mxPoint x="980" y="390" as="sourcePoint" />
            <mxPoint x="920" y="230" as="targetPoint" />
          </mxGeometry>
        </mxCell>
        <mxCell id="L8pRYwOYS8yWRl4paBZv-69" edge="1" parent="1" style="endArrow=none;html=1;rounded=0;" value="">
          <mxGeometry height="50" relative="1" width="50" as="geometry">
            <mxPoint x="730" y="960" as="sourcePoint" />
            <mxPoint x="839" y="960" as="targetPoint" />
          </mxGeometry>
        </mxCell>
        <mxCell id="L8pRYwOYS8yWRl4paBZv-71" edge="1" parent="1" style="endArrow=none;html=1;rounded=0;" value="">
          <mxGeometry height="50" relative="1" width="50" as="geometry">
            <mxPoint x="-100" y="950" as="sourcePoint" />
            <mxPoint x="-100" y="590" as="targetPoint" />
          </mxGeometry>
        </mxCell>
        <mxCell id="L8pRYwOYS8yWRl4paBZv-72" edge="1" parent="1" style="endArrow=none;html=1;rounded=0;" value="">
          <mxGeometry height="50" relative="1" width="50" as="geometry">
            <mxPoint x="730" y="200" as="sourcePoint" />
            <mxPoint x="860" y="200" as="targetPoint" />
          </mxGeometry>
        </mxCell>
        <mxCell id="L8pRYwOYS8yWRl4paBZv-73" edge="1" parent="1" style="endArrow=none;html=1;rounded=0;" value="">
          <mxGeometry height="50" relative="1" width="50" as="geometry">
            <mxPoint x="730" y="770" as="sourcePoint" />
            <mxPoint x="839" y="770" as="targetPoint" />
          </mxGeometry>
        </mxCell>
        <mxCell id="L8pRYwOYS8yWRl4paBZv-74" edge="1" parent="1" style="endArrow=block;endSize=16;endFill=0;html=1;rounded=0;" value="">
          <mxGeometry relative="1" width="160" as="geometry">
            <mxPoint x="-100" y="590" as="sourcePoint" />
            <mxPoint x="9" y="590" as="targetPoint" />
          </mxGeometry>
        </mxCell>
        <mxCell id="o6z-8veLtRSEtCsWWEia-1" edge="1" parent="1" style="endArrow=none;html=1;rounded=0;" value="">
          <mxGeometry height="50" relative="1" width="50" as="geometry">
            <mxPoint x="-100" y="950" as="sourcePoint" />
            <mxPoint x="770" y="960" as="targetPoint" />
          </mxGeometry>
        </mxCell>
        <mxCell id="o6z-8veLtRSEtCsWWEia-2" edge="1" parent="1" style="endArrow=none;html=1;rounded=0;" value="">
          <mxGeometry height="50" relative="1" width="50" as="geometry">
            <mxPoint x="730" y="960" as="sourcePoint" />
            <mxPoint x="730" y="200" as="targetPoint" />
          </mxGeometry>
        </mxCell>
-         <mxCell id="BeZXyclNrSwwSDGvmV8Q-4" edge="1" parent="1" source="X34j-RmaQOBkDingt3nB-18" style="rounded=0;orthogonalLoop=1;jettySize=auto;html=1;exitX=1;exitY=0;exitDx=0;exitDy=0;entryX=0;entryY=0.5;entryDx=0;entryDy=0;endArrow=open;endFill=0;strokeColor=default;align=center;verticalAlign=middle;fontFamily=Helvetica;fontSize=11;fontColor=default;labelBackgroundColor=default;endSize=4;" target="X34j-RmaQOBkDingt3nB-21">
+         <mxCell id="BeZXyclNrSwwSDGvmV8Q-4" edge="1" parent="1" source="X34j-RmaQOBkDingt3nB-18" style="rounded=0;orthogonalLoop=1;jettySize=auto;html=1;exitX=1;exitY=0;exitDx=0;exitDy=0;entryX=0;entryY=0.5;entryDx=0;entryDy=0;endArrow=open;endFill=0;strokeColor=default;align=center;verticalAlign=middle;fontFamily=Helvetica;fontSize=11;fontColor=default;labelBackgroundColor=default;endSize=4;dashed=1;" target="X34j-RmaQOBkDingt3nB-21">
          <mxGeometry relative="1" as="geometry">
            <mxPoint x="550" y="500" as="sourcePoint" />
            <mxPoint x="710" y="410" as="targetPoint" />
          </mxGeometry>
        </mxCell>
        <mxCell id="BeZXyclNrSwwSDGvmV8Q-5" connectable="0" parent="BeZXyclNrSwwSDGvmV8Q-4" style="edgeLabel;html=1;align=center;verticalAlign=middle;points=[];fontFamily=Helvetica;fontSize=11;fontColor=default;labelBackgroundColor=default;rounded=0;strokeColor=default;" value="Include" vertex="1">
          <mxGeometry relative="1" x="-0.1233" as="geometry">
            <mxPoint as="offset" />
          </mxGeometry>
        </mxCell>
        <mxCell id="BeZXyclNrSwwSDGvmV8Q-8" edge="1" parent="1" style="endArrow=none;html=1;rounded=0;entryX=0.011;entryY=0.351;entryDx=0;entryDy=0;entryPerimeter=0;" target="L8pRYwOYS8yWRl4paBZv-42" value="">
          <mxGeometry height="50" relative="1" width="50" as="geometry">
            <mxPoint x="920" y="230" as="sourcePoint" />
            <mxPoint x="970" y="180" as="targetPoint" />
          </mxGeometry>
        </mxCell>
-         <mxCell id="BeZXyclNrSwwSDGvmV8Q-9" edge="1" parent="1" style="endArrow=open;endSize=4;endFill=0;html=1;rounded=0;exitX=0.116;exitY=0.177;exitDx=0;exitDy=0;entryX=0.002;entryY=0.579;entryDx=0;entryDy=0;entryPerimeter=0;exitPerimeter=0;strokeColor=default;align=center;verticalAlign=middle;fontFamily=Helvetica;fontSize=11;fontColor=default;labelBackgroundColor=default;" target="L8pRYwOYS8yWRl4paBZv-29" value="Include">
+         <mxCell id="BeZXyclNrSwwSDGvmV8Q-9" edge="1" parent="1" style="endArrow=open;endSize=4;endFill=0;html=1;rounded=0;exitX=0.116;exitY=0.177;exitDx=0;exitDy=0;entryX=0.002;entryY=0.579;entryDx=0;entryDy=0;entryPerimeter=0;exitPerimeter=0;strokeColor=default;align=center;verticalAlign=middle;fontFamily=Helvetica;fontSize=11;fontColor=default;labelBackgroundColor=default;dashed=1;" target="L8pRYwOYS8yWRl4paBZv-29" value="Include">
          <mxGeometry relative="1" width="160" as="geometry">
            <mxPoint x="1390" y="221" as="sourcePoint" />
            <mxPoint x="1434" y="250" as="targetPoint" />
          </mxGeometry>
        </mxCell>
-         <mxCell id="BeZXyclNrSwwSDGvmV8Q-10" edge="1" parent="1" style="endArrow=open;endSize=4;endFill=0;html=1;rounded=0;exitX=0.116;exitY=0.177;exitDx=0;exitDy=0;entryX=-0.031;entryY=0.647;entryDx=0;entryDy=0;entryPerimeter=0;exitPerimeter=0;strokeColor=default;align=center;verticalAlign=middle;fontFamily=Helvetica;fontSize=11;fontColor=default;labelBackgroundColor=default;" target="L8pRYwOYS8yWRl4paBZv-27" value="Include">
+         <mxCell id="BeZXyclNrSwwSDGvmV8Q-10" edge="1" parent="1" style="endArrow=open;endSize=4;endFill=0;html=1;rounded=0;exitX=0.116;exitY=0.177;exitDx=0;exitDy=0;entryX=-0.031;entryY=0.647;entryDx=0;entryDy=0;entryPerimeter=0;exitPerimeter=0;strokeColor=default;align=center;verticalAlign=middle;fontFamily=Helvetica;fontSize=11;fontColor=default;labelBackgroundColor=default;dashed=1;" target="L8pRYwOYS8yWRl4paBZv-27" value="Include">
          <mxGeometry relative="1" width="160" as="geometry">
            <mxPoint x="1370" y="200" as="sourcePoint" />
            <mxPoint x="1414" y="229" as="targetPoint" />
          </mxGeometry>
        </mxCell>
-         <mxCell id="BeZXyclNrSwwSDGvmV8Q-11" parent="1" style="ellipse;whiteSpace=wrap;html=1;direction=east;" value="Consultar estat comanda" vertex="1">
-           <mxGeometry height="50" width="130" x="1249" y="250" as="geometry" />
+         <mxCell id="BeZXyclNrSwwSDGvmV8Q-11" parent="1" style="ellipse;whiteSpace=wrap;html=1;direction=east;" value="Estat de la comanda" vertex="1">
+           <mxGeometry height="50" width="130" x="1710" y="255" as="geometry" />
        </mxCell>
        <mxCell id="BeZXyclNrSwwSDGvmV8Q-12" edge="1" parent="1" style="endArrow=none;html=1;rounded=0;entryX=0;entryY=0.5;entryDx=0;entryDy=0;" target="BeZXyclNrSwwSDGvmV8Q-11" value="">
          <mxGeometry height="50" relative="1" width="50" as="geometry">
            <mxPoint x="920" y="230" as="sourcePoint" />
            <mxPoint x="970" y="180" as="targetPoint" />
          </mxGeometry>
        </mxCell>
-         <mxCell id="BeZXyclNrSwwSDGvmV8Q-13" edge="1" parent="1" style="endArrow=open;endSize=4;endFill=0;html=1;rounded=0;exitX=0.116;exitY=0.177;exitDx=0;exitDy=0;entryX=-0.039;entryY=0.505;entryDx=0;entryDy=0;entryPerimeter=0;exitPerimeter=0;strokeColor=default;align=center;verticalAlign=middle;fontFamily=Helvetica;fontSize=11;fontColor=default;labelBackgroundColor=default;" target="L8pRYwOYS8yWRl4paBZv-38" value="Include">
-           <mxGeometry relative="1" width="160" as="geometry">
-             <mxPoint x="1377.5" y="278.5" as="sourcePoint" />
-             <mxPoint x="1447.5" y="281.5" as="targetPoint" />
-           </mxGeometry>
-         </mxCell>
-         <mxCell id="BeZXyclNrSwwSDGvmV8Q-14" parent="1" style="ellipse;whiteSpace=wrap;html=1;" value="Actualizar estat comanda" vertex="1">
-           <mxGeometry height="50" width="120" x="1200" y="960" as="geometry" />
-         </mxCell>
-         <mxCell id="BeZXyclNrSwwSDGvmV8Q-16" edge="1" parent="1" source="BeZXyclNrSwwSDGvmV8Q-14" style="endArrow=none;html=1;rounded=0;exitX=1;exitY=0.5;exitDx=0;exitDy=0;" value="">
-           <mxGeometry height="50" relative="1" width="50" as="geometry">
-             <mxPoint x="1382.19" y="980" as="sourcePoint" />
-             <mxPoint x="1830" y="985" as="targetPoint" />
-           </mxGeometry>
-         </mxCell>
-         <mxCell id="BeZXyclNrSwwSDGvmV8Q-17" edge="1" parent="1" style="endArrow=none;html=1;rounded=0;" value="">
-           <mxGeometry height="50" relative="1" width="50" as="geometry">
-             <mxPoint x="1830" y="985" as="sourcePoint" />
-             <mxPoint x="1830" y="340" as="targetPoint" />
-           </mxGeometry>
-         </mxCell>
-         <mxCell id="BeZXyclNrSwwSDGvmV8Q-18" edge="1" parent="1" style="endArrow=none;html=1;rounded=0;entryX=0;entryY=0.5;entryDx=0;entryDy=0;" target="BeZXyclNrSwwSDGvmV8Q-14" value="">
-           <mxGeometry height="50" relative="1" width="50" as="geometry">
-             <mxPoint x="890" y="985" as="sourcePoint" />
-             <mxPoint x="1064" y="950" as="targetPoint" />
+         <mxCell id="BeZXyclNrSwwSDGvmV8Q-13" edge="1" parent="1" style="endArrow=open;endSize=4;endFill=0;html=1;rounded=0;exitX=0.116;exitY=0.177;exitDx=0;exitDy=0;entryX=-0.039;entryY=0.505;entryDx=0;entryDy=0;entryPerimeter=0;exitPerimeter=0;strokeColor=default;align=center;verticalAlign=middle;fontFamily=Helvetica;fontSize=11;fontColor=default;labelBackgroundColor=default;dashed=1;" target="L8pRYwOYS8yWRl4paBZv-38" value="Include">
+           <mxGeometry relative="1" width="160" as="geometry">
+             <mxPoint x="1838.5" y="283.5" as="sourcePoint" />
+             <mxPoint x="1908.5" y="286.5" as="targetPoint" />
+           </mxGeometry>
+         </mxCell>
+         <mxCell id="BeZXyclNrSwwSDGvmV8Q-18" edge="1" parent="1" style="endArrow=none;html=1;rounded=0;" value="">
+           <mxGeometry height="50" relative="1" width="50" as="geometry">
+             <mxPoint x="879" y="959.68" as="sourcePoint" />
+             <mxPoint x="1809" y="959.68" as="targetPoint" />
          </mxGeometry>
        </mxCell>
        <mxCell id="BeZXyclNrSwwSDGvmV8Q-19" parent="1" style="ellipse;whiteSpace=wrap;html=1;" value="xat client-cuiner" vertex="1">
          <mxGeometry height="60" width="105" x="959" y="575" as="geometry" />
        </mxCell>
        <mxCell id="BeZXyclNrSwwSDGvmV8Q-20" edge="1" parent="1" style="endArrow=none;html=1;rounded=0;entryX=0.061;entryY=0.883;entryDx=0;entryDy=0;entryPerimeter=0;" target="BeZXyclNrSwwSDGvmV8Q-19" value="">
          <mxGeometry height="50" relative="1" width="50" as="geometry">
            <mxPoint x="890" y="760" as="sourcePoint" />
            <mxPoint x="940" y="705" as="targetPoint" />
          </mxGeometry>
        </mxCell>
        <mxCell id="BeZXyclNrSwwSDGvmV8Q-21" edge="1" parent="1" style="endArrow=none;html=1;rounded=0;" value="">
          <mxGeometry height="50" relative="1" width="50" as="geometry">
            <mxPoint x="986.5" y="580" as="sourcePoint" />
            <mxPoint x="920" y="230" as="targetPoint" />
          </mxGeometry>
+         </mxCell>
+         <mxCell id="qmEoioVCjLr7zOWGXT4S-2" edge="1" parent="1" style="endArrow=none;html=1;rounded=0;entryX=0.766;entryY=0.994;entryDx=0;entryDy=0;entryPerimeter=0;" target="BeZXyclNrSwwSDGvmV8Q-11" value="">
+           <mxGeometry height="50" relative="1" width="50" as="geometry">
+             <mxPoint x="1810" y="960" as="sourcePoint" />
+             <mxPoint x="1810" y="900" as="targetPoint" />
+           </mxGeometry>
+         </mxCell>
+         <mxCell id="qmEoioVCjLr7zOWGXT4S-6" edge="1" parent="1" style="endArrow=none;html=1;rounded=0;" value="">
+           <mxGeometry height="50" relative="1" width="50" as="geometry">
+             <mxPoint x="405" y="130" as="sourcePoint" />
+             <mxPoint x="530" y="130" as="targetPoint" />
+           </mxGeometry>
+         </mxCell>
+         <mxCell id="qmEoioVCjLr7zOWGXT4S-7" edge="1" parent="1" style="endArrow=none;html=1;rounded=0;entryX=0;entryY=0.5;entryDx=0;entryDy=0;" target="X34j-RmaQOBkDingt3nB-2" value="">
+           <mxGeometry height="50" relative="1" width="50" as="geometry">
+             <mxPoint x="210" y="150" as="sourcePoint" />
+             <mxPoint x="260" y="100" as="targetPoint" />
+           </mxGeometry>
+         </mxCell>
+         <mxCell id="qmEoioVCjLr7zOWGXT4S-8" edge="1" parent="1" source="X34j-RmaQOBkDingt3nB-50" style="endArrow=none;html=1;rounded=0;exitX=0.5;exitY=0;exitDx=0;exitDy=0;" value="">
+           <mxGeometry height="50" relative="1" width="50" as="geometry">
+             <mxPoint x="160" y="200" as="sourcePoint" />
+             <mxPoint x="210" y="150" as="targetPoint" />
+           </mxGeometry>
+         </mxCell>
+         <mxCell id="qmEoioVCjLr7zOWGXT4S-9" edge="1" parent="1" style="endArrow=none;html=1;rounded=0;entryX=0;entryY=0;entryDx=0;entryDy=0;" target="L8pRYwOYS8yWRl4paBZv-23" value="">
+           <mxGeometry height="50" relative="1" width="50" as="geometry">
+             <mxPoint x="580" y="130" as="sourcePoint" />
+             <mxPoint x="630" y="80" as="targetPoint" />
+           </mxGeometry>
+         </mxCell>
+         <mxCell id="qmEoioVCjLr7zOWGXT4S-10" edge="1" parent="1" source="qmEoioVCjLr7zOWGXT4S-11" style="endArrow=open;endSize=4;endFill=0;html=1;rounded=0;entryX=1;entryY=0.5;entryDx=0;entryDy=0;strokeColor=default;align=center;verticalAlign=middle;fontFamily=Helvetica;fontSize=11;fontColor=default;labelBackgroundColor=default;dashed=1;exitX=-0.008;exitY=0.374;exitDx=0;exitDy=0;exitPerimeter=0;" target="L8pRYwOYS8yWRl4paBZv-42" value="Extends">
+           <mxGeometry relative="1" width="160" as="geometry">
+             <mxPoint x="1400" y="410" as="sourcePoint" />
+             <mxPoint x="1390" y="400" as="targetPoint" />
+           </mxGeometry>
+         </mxCell>
+         <mxCell id="qmEoioVCjLr7zOWGXT4S-11" parent="1" style="ellipse;whiteSpace=wrap;html=1;" value="Usar punts" vertex="1">
+           <mxGeometry height="40" width="70" x="1410" y="380" as="geometry" />
        </mxCell>
      </root>
    </mxGraphModel>
  </diagram>
</mxfile>
